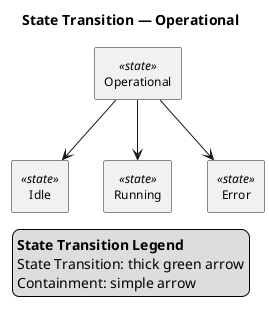
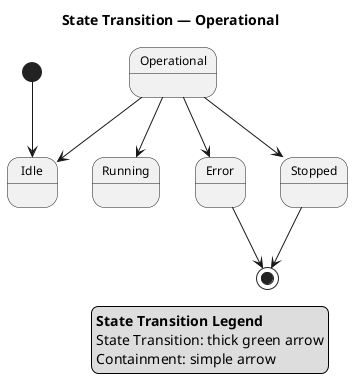
@startuml

skinparam monochrome true
skinparam wrapWidth 300
skinparam defaultFontSize 12
skinparam defaultFontName Helvetica

- skinparam state<<state def>> {
-     BackgroundColor white
-     BorderColor black
- }
- skinparam state<<state>> {
-     BackgroundColor white
-     BorderColor black
- }
- 
top to bottom direction

title State Transition — Operational

hide circle

- rectangle "Operational" as E1 <<state>>
- rectangle "Idle" as E2 <<state>>
- rectangle "Running" as E3 <<state>>
- rectangle "Error" as E4 <<state>>
+ state "Operational" as E1
+ state "Idle" as E2
+ state "Running" as E3
+ state "Error" as E4
+ state "Stopped" as E5
+ 
+ [*] --> E2

E1 --> E2
E1 --> E3
E1 --> E4
+ E1 --> E5

+ 
+ E4 --> [*]
+ E5 --> [*]

legend right
  <b>State Transition Legend</b>
  State Transition: thick green arrow
  Containment: simple arrow
endlegend

@enduml